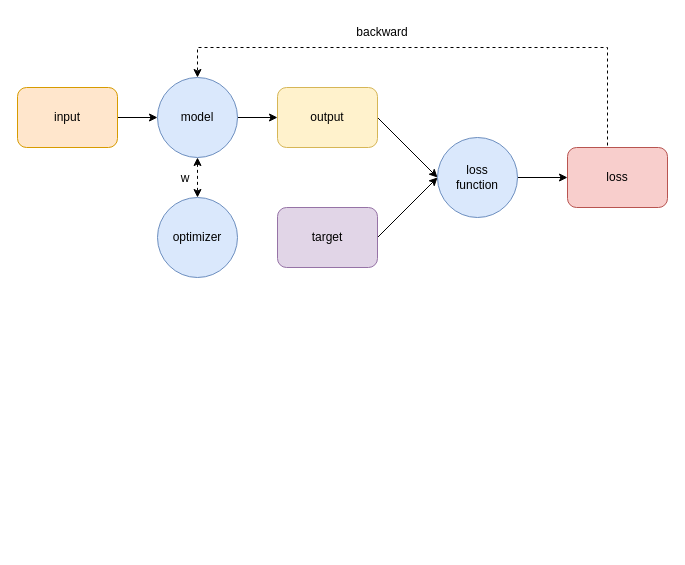
The draw.io diagram nn_basic.drawio in ZiqingYip/moment, before the edit. Source tidied: cells renumbered, new cells numbered last; positions are measured from the earlier drawing's top-left corner, leaving out a move shared by most shapes. Both pictures are drawn from the tidied source at 100%, with x=0, y=0 at pixel (17, 17).
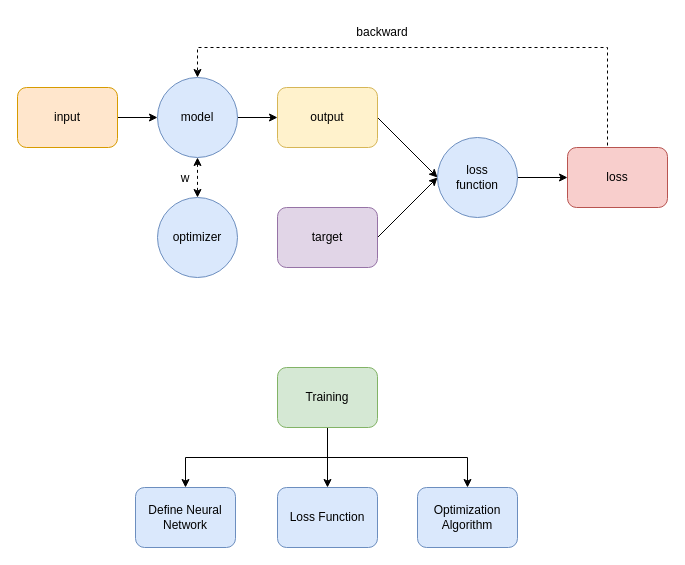
Above is the later version.

Change to the diagram source:
```diff
@@
+    <mxCell id="18" style="edgeStyle=orthogonalEdgeStyle;rounded=0;jettySize=auto;html=1;exitX=0.5;exitY=1;exitDx=0;exitDy=0;entryX=0.5;entryY=0;entryDx=0;entryDy=0;" parent="1" edge="1" source="21" target="23">
+      <mxGeometry relative="1" as="geometry" />
+    </mxCell>
+    <mxCell id="19" style="edgeStyle=orthogonalEdgeStyle;rounded=0;jettySize=auto;html=1;exitX=0.5;exitY=1;exitDx=0;exitDy=0;entryX=0.5;entryY=0;entryDx=0;entryDy=0;" parent="1" edge="1" source="21" target="22">
+      <mxGeometry relative="1" as="geometry" />
+    </mxCell>
+    <mxCell id="20" style="edgeStyle=orthogonalEdgeStyle;rounded=0;jettySize=auto;html=1;exitX=0.5;exitY=1;exitDx=0;exitDy=0;" parent="1" edge="1" source="21" target="24">
+      <mxGeometry relative="1" as="geometry" />
+    </mxCell>
+    <mxCell id="21" value="Training" style="rounded=1;whiteSpace=wrap;html=1;fillColor=#d5e8d4;strokeColor=#82b366;" parent="1" vertex="1">
+      <mxGeometry x="260" y="350" width="100" height="60" as="geometry" />
+    </mxCell>
+    <mxCell id="22" value="Loss Function" style="rounded=1;whiteSpace=wrap;html=1;fillColor=#dae8fc;strokeColor=#6c8ebf;" parent="1" vertex="1">
+      <mxGeometry x="260" y="470" width="100" height="60" as="geometry" />
+    </mxCell>
+    <mxCell id="23" value="Define Neural Network" style="rounded=1;whiteSpace=wrap;html=1;fillColor=#dae8fc;strokeColor=#6c8ebf;" parent="1" vertex="1">
+      <mxGeometry x="118" y="470" width="100" height="60" as="geometry" />
+    </mxCell>
+    <mxCell id="24" value="Optimization Algorithm" style="rounded=1;whiteSpace=wrap;html=1;fillColor=#dae8fc;strokeColor=#6c8ebf;" parent="1" vertex="1">
+      <mxGeometry x="400" y="470" width="100" height="60" as="geometry" />
+    </mxCell>
```
